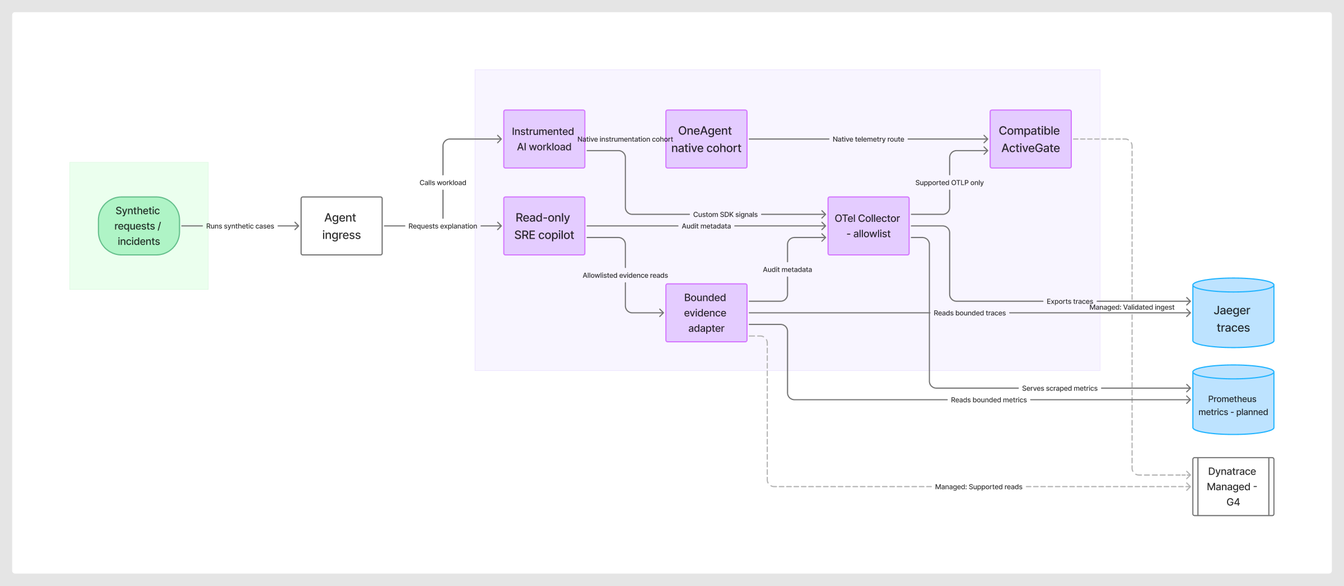
Before: docs/architecture/telemetry.png, a diagram exported from Mermaid (AI-SRE-Oberveability/ai-observability-lab). Its source is kept beside it as docs/architecture/telemetry.mmd.
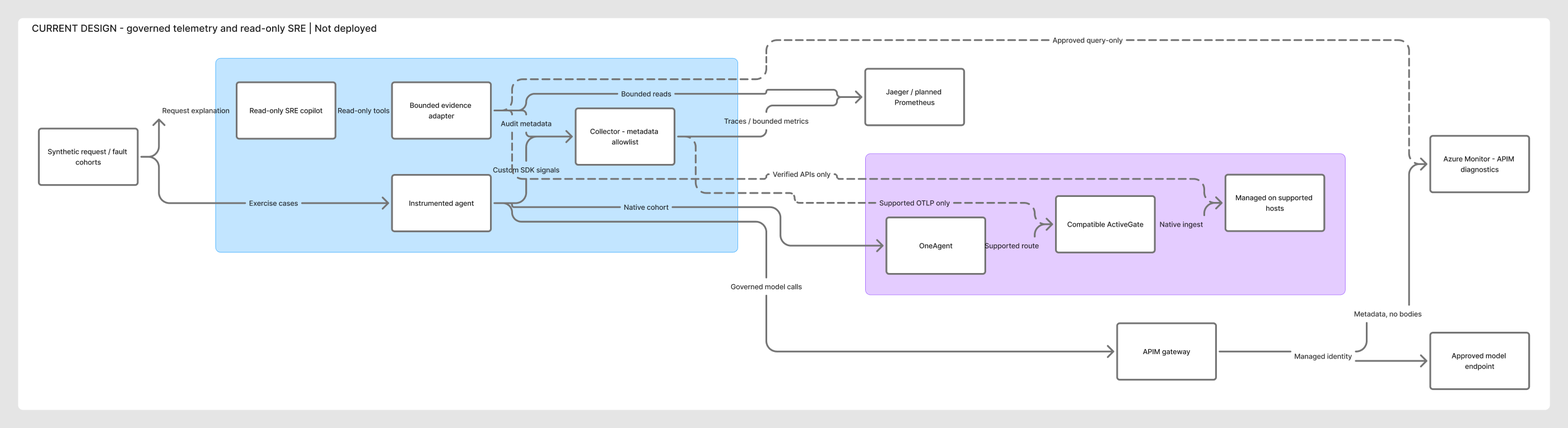
Later version of the same file.

The edit, as a diff of the source:
```diff
@@ -1,38 +1,37 @@
 flowchart LR
-  subgraph client ["Controlled POC scenarios"]
-    scenarios["Synthetic requests / incidents"]
+  subgraph target ["CURRENT TARGET - telemetry and governance proof - not deployed"]
+    requests["Synthetic request / fault cohorts"]
+    subgraph aks ["AKS application and custom telemetry"]
+      agent["Instrumented agent"]
+      collector["Collector - metadata allowlist"]
+      sre["Read-only SRE copilot"]
+      adapter["Bounded evidence adapter"]
+    end
+    apim["APIM gateway"]
+    modelApi["Approved model endpoint"]
+    labBackend["Jaeger / planned Prometheus"]
+    azureMonitor["Azure Monitor - APIM diagnostics"]
+    subgraph native ["Separate licensed native cohort - G4"]
+      oneAgent["OneAgent"]
+      activeGate["Compatible ActiveGate"]
+      managed["Managed on supported hosts"]
+    end
+    requests -->|"Exercise cases"| agent
+    agent -->|"Governed model calls"| apim
+    apim -->|"Managed identity"| modelApi
+    agent -->|"Custom SDK signals"| collector
+    collector -->|"Traces / bounded metrics"| labBackend
+    apim -->|"Metadata, no bodies"| azureMonitor
+    agent -->|"Native cohort"| oneAgent
+    oneAgent -->|"Supported route"| activeGate
+    activeGate -->|"Native ingest"| managed
+    collector -.->|"Supported OTLP only"| activeGate
+    requests -->|"Request explanation"| sre
+    sre -->|"Read-only tools"| adapter
+    adapter -->|"Bounded reads"| labBackend
+    adapter -.->|"Approved query-only"| azureMonitor
+    adapter -.->|"Verified APIs only"| managed
+    adapter -->|"Audit metadata"| collector
   end
-  subgraph gateway ["Authenticated API access"]
-    ingress["Agent ingress"]
-  end
-  subgraph service ["Planned AKS workloads and observability components"]
-    workloads["Instrumented AI workload"]
-    sreCopilot["Read-only SRE copilot"]
-    evidenceApi["Bounded evidence adapter"]
-    collector["OTel Collector - allowlist"]
-    oneAgent["OneAgent native cohort"]
-    activeGate["Compatible ActiveGate"]
-  end
-  subgraph datastore ["Baseline profile - backend proof still required"]
-    jaeger["Jaeger traces"]
-    metrics["Prometheus metrics - planned"]
-  end
-  subgraph external ["Separate licensed backend on supported hosts"]
-    managed["Dynatrace Managed - G4"]
-  end
-  scenarios -->|"Runs synthetic cases"| ingress
-  ingress -->|"Calls workload"| workloads
-  ingress -->|"Requests explanation"| sreCopilot
-  workloads -->|"Custom SDK signals"| collector
-  workloads -->|"Native instrumentation cohort"| oneAgent
-  oneAgent -->|"Native telemetry route"| activeGate
-  collector -->|"Exports traces"| jaeger
-  collector -->|"Serves scraped metrics"| metrics
-  collector -->|"Supported OTLP only"| activeGate
-  activeGate -.->|"Managed: Validated ingest"| managed
-  sreCopilot -->|"Allowlisted evidence reads"| evidenceApi
-  sreCopilot -->|"Audit metadata"| collector
-  evidenceApi -->|"Reads bounded traces"| jaeger
-  evidenceApi -->|"Reads bounded metrics"| metrics
-  evidenceApi -.->|"Managed: Supported reads"| managed
-  evidenceApi -->|"Audit metadata"| collector
+  style aks fill:#C2E5FF,stroke:#3DADFF
+  style native fill:#E4CCFF,stroke:#A166FF
```
